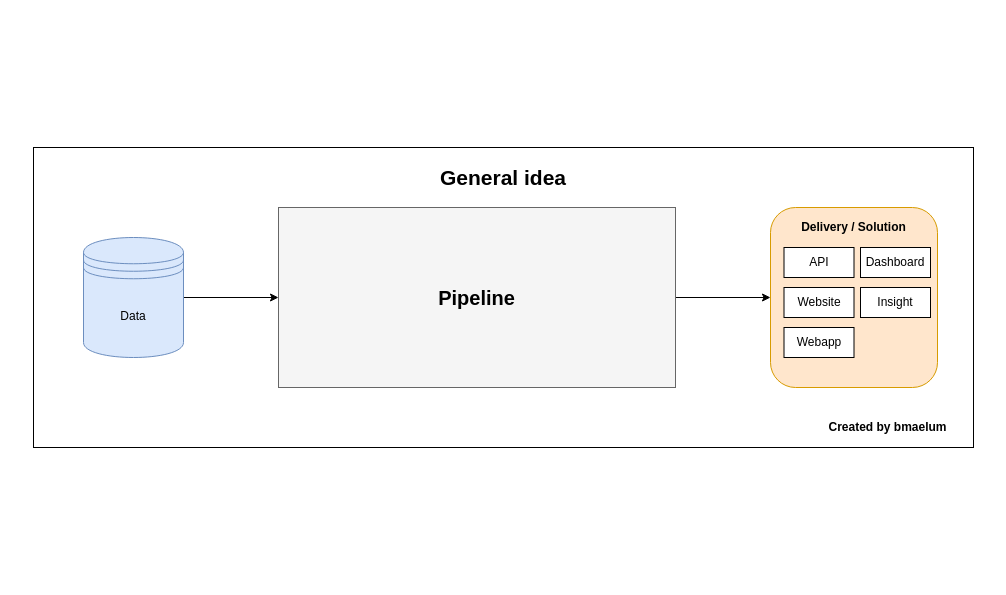
Before: Diagrams/overall_idea/overall_idea.drawio in bmaelum/ml_pipeline, a draw.io diagram. Source tidied: cells renumbered, new cells numbered last; positions are measured from the earlier drawing's top-left corner, leaving out a move shared by most shapes. Both pictures are drawn from the tidied source at 100%, with x=0, y=0 at pixel (33, 147).
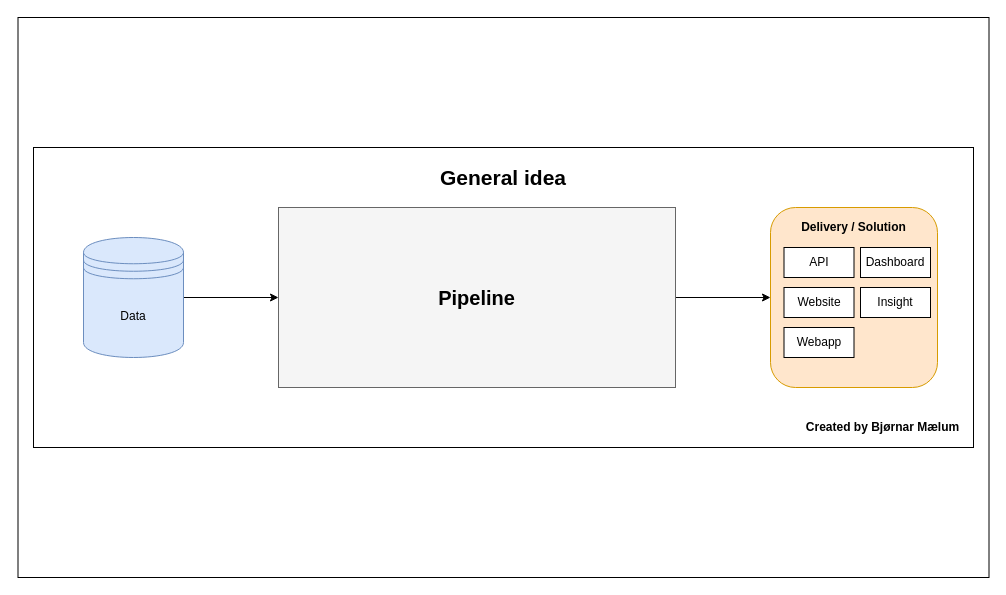
Above is the later version.

Diff of the diagram source:
```diff
@@
 <mxGraphModel>
   <root>
     <mxCell id="0" />
     <mxCell id="1" parent="0" />
+    <mxCell id="16" style="rounded=0;whiteSpace=wrap;html=1;fillColor=#FFFFFF;" parent="1" vertex="1">
+      <mxGeometry x="-15.5" y="-130" width="971" height="560" as="geometry" />
+    </mxCell>
     <mxCell id="2" style="rounded=0;whiteSpace=wrap;html=1;fillColor=#FFFFFF;" parent="1" vertex="1">
       <mxGeometry width="940" height="300" as="geometry" />
     </mxCell>
     <mxCell id="3" style="edgeStyle=orthogonalEdgeStyle;rounded=0;jettySize=auto;html=1;exitX=1;exitY=0.5;exitDx=0;exitDy=0;" parent="1" edge="1" source="4" target="7">
       <mxGeometry relative="1" as="geometry" />
     </mxCell>
     <mxCell id="4" value="&lt;font size=&quot;1&quot;&gt;&lt;b style=&quot;font-size: 20px&quot;&gt;&lt;font color=&quot;#000000&quot;&gt;Pipeline&lt;/font&gt;&lt;br&gt;&lt;/b&gt;&lt;/font&gt;" style="rounded=0;whiteSpace=wrap;html=1;fillColor=#f5f5f5;strokeColor=#666666;fontColor=#333333;" parent="1" vertex="1">
       <mxGeometry x="245" y="60" width="397" height="180" as="geometry" />
     </mxCell>
     <mxCell id="5" style="edgeStyle=orthogonalEdgeStyle;rounded=0;jettySize=auto;html=1;" parent="1" edge="1" source="6" target="4">
       <mxGeometry relative="1" as="geometry" />
     </mxCell>
     <mxCell id="6" value="Data" style="shape=datastore;whiteSpace=wrap;html=1;fillColor=#dae8fc;strokeColor=#6c8ebf;" parent="1" vertex="1">
       <mxGeometry x="50" y="90" width="100" height="120" as="geometry" />
     </mxCell>
     <mxCell id="7" style="rounded=1;whiteSpace=wrap;html=1;fillColor=#ffe6cc;strokeColor=#d79b00;" parent="1" vertex="1">
       <mxGeometry x="737" y="60" width="167" height="180" as="geometry" />
     </mxCell>
     <mxCell id="8" value="Delivery / Solution" style="text;html=1;strokeColor=none;fillColor=none;align=center;verticalAlign=middle;whiteSpace=wrap;rounded=0;fontStyle=1;" parent="1" vertex="1">
       <mxGeometry x="762" y="70" width="117" height="20" as="geometry" />
     </mxCell>
     <mxCell id="9" value="API" style="rounded=0;whiteSpace=wrap;html=1;fillColor=#FFFFFF;" parent="1" vertex="1">
       <mxGeometry x="750.5" y="100" width="70" height="30" as="geometry" />
     </mxCell>
     <mxCell id="10" value="Website" style="rounded=0;whiteSpace=wrap;html=1;fillColor=#FFFFFF;" parent="1" vertex="1">
       <mxGeometry x="750.5" y="140" width="70" height="30" as="geometry" />
     </mxCell>
     <mxCell id="11" value="Webapp" style="rounded=0;whiteSpace=wrap;html=1;fillColor=#FFFFFF;" parent="1" vertex="1">
       <mxGeometry x="750.5" y="180" width="70" height="30" as="geometry" />
     </mxCell>
     <mxCell id="12" value="Dashboard" style="rounded=0;whiteSpace=wrap;html=1;fillColor=#FFFFFF;" parent="1" vertex="1">
       <mxGeometry x="827" y="100" width="70" height="30" as="geometry" />
     </mxCell>
     <mxCell id="13" value="Insight" style="rounded=0;whiteSpace=wrap;html=1;fillColor=#FFFFFF;" parent="1" vertex="1">
       <mxGeometry x="827" y="140" width="70" height="30" as="geometry" />
     </mxCell>
-    <mxCell id="14" value="Created by bmaelum" style="text;html=1;strokeColor=none;fillColor=none;align=center;verticalAlign=middle;whiteSpace=wrap;rounded=0;fontStyle=1;" parent="1" vertex="1">
-      <mxGeometry x="780" y="270" width="149" height="20" as="geometry" />
+    <mxCell id="14" value="Created by Bjørnar Mælum" style="text;html=1;strokeColor=none;fillColor=none;align=center;verticalAlign=middle;whiteSpace=wrap;rounded=0;fontStyle=1;" parent="1" vertex="1">
+      <mxGeometry x="770" y="270" width="159" height="20" as="geometry" />
     </mxCell>
     <mxCell id="15" value="&lt;b&gt;&lt;font style=&quot;font-size: 21px&quot;&gt;General idea&lt;/font&gt;&lt;/b&gt;" style="text;html=1;strokeColor=none;fillColor=none;align=center;verticalAlign=middle;whiteSpace=wrap;rounded=0;" parent="1" vertex="1">
       <mxGeometry x="405" y="20" width="130" height="20" as="geometry" />
     </mxCell>
   </root>
 </mxGraphModel>
```
